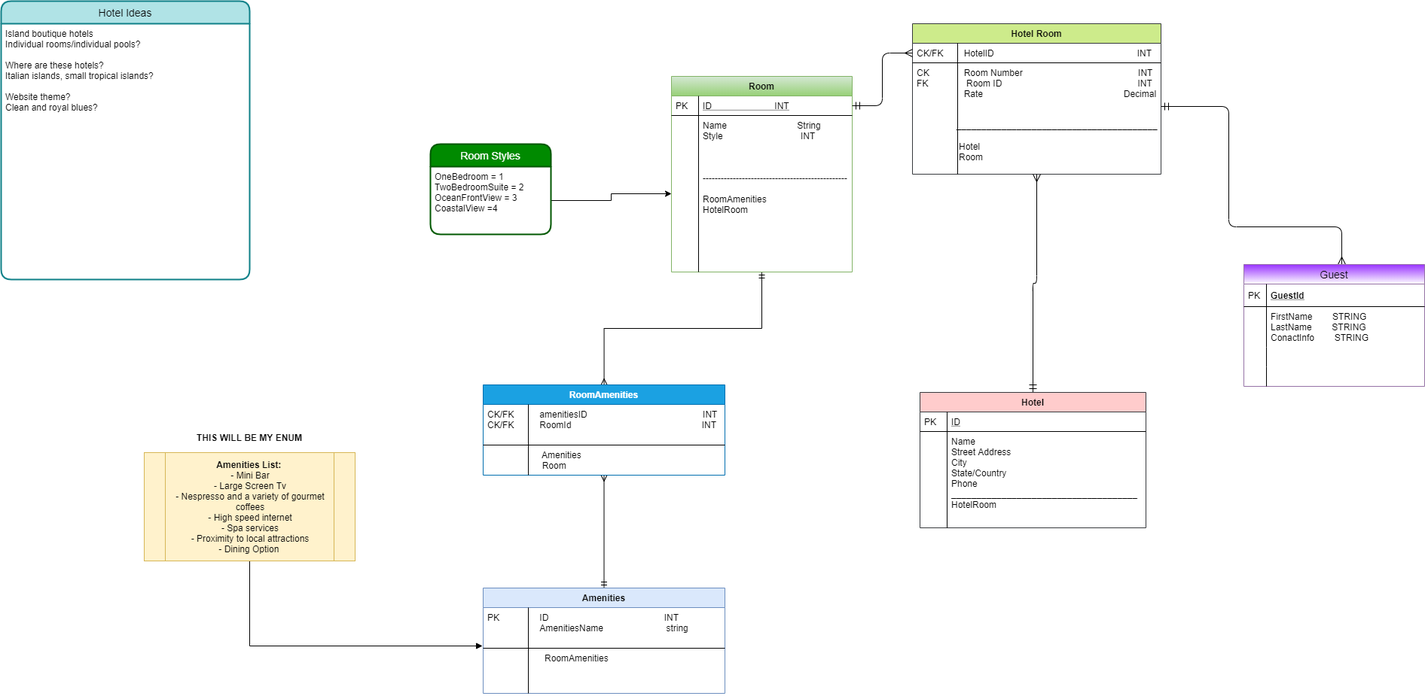
Above: Visuals/AsyncInn.png in MarieReRe/AsyncInn (draw.io), before the change. Source tidied: cells renumbered, new cells last; positions are measured from the earlier drawing's top-left corner, leaving out a move shared by most shapes. Its diagram source:
```xml
<mxGraphModel>
  <root>
    <mxCell id="0" />
    <mxCell id="1" parent="0" />
    <mxCell id="2" style="edgeStyle=orthogonalEdgeStyle;rounded=0;jettySize=auto;html=1;startArrow=ERmandOne;startFill=0;endArrow=ERmany;endFill=0;" parent="1" edge="1" source="3" target="24">
      <mxGeometry relative="1" as="geometry" />
    </mxCell>
    <mxCell id="3" value="Room" style="swimlane;fontStyle=1;horizontal=1;startSize=26;rounded=0;shadow=0;strokeWidth=1;gradientColor=#97d077;fillColor=#d5e8d4;strokeColor=#82b366;" parent="1" vertex="1">
      <mxGeometry x="890" y="100" width="240" height="260" as="geometry" />
    </mxCell>
    <mxCell id="4" value="ID                         INT" style="shape=partialRectangle;top=0;left=0;right=0;bottom=1;align=left;verticalAlign=top;fillColor=none;spacingLeft=40;spacingRight=4;overflow=hidden;points=[[0,0.5],[1,0.5]];portConstraint=eastwest;rounded=0;shadow=0;strokeWidth=1;fontStyle=4;" parent="3" vertex="1">
      <mxGeometry y="26" width="240" height="26" as="geometry" />
    </mxCell>
    <mxCell id="5" value="PK" style="shape=partialRectangle;top=0;left=0;bottom=0;fillColor=none;align=left;verticalAlign=top;spacingLeft=4;spacingRight=4;overflow=hidden;" parent="4" vertex="1">
      <mxGeometry width="36" height="26" as="geometry" />
    </mxCell>
    <mxCell id="6" value="Name                            String&#10;Style                               INT&#10;&#10;&#10;&#10;------------------------------------------------&#10;&#10;RoomAmenities&#10;HotelRoom&#10;" style="shape=partialRectangle;top=0;left=0;right=0;bottom=0;align=left;verticalAlign=top;fillColor=none;spacingLeft=40;spacingRight=4;overflow=hidden;points=[[0,0.5],[1,0.5]];portConstraint=eastwest;rounded=0;shadow=0;strokeWidth=1;" parent="3" vertex="1">
      <mxGeometry y="52" width="240" height="208" as="geometry" />
    </mxCell>
    <mxCell id="7" style="shape=partialRectangle;top=0;left=0;bottom=0;fillColor=none;align=left;verticalAlign=top;spacingLeft=4;spacingRight=4;overflow=hidden;" parent="6" vertex="1">
      <mxGeometry width="36" height="208" as="geometry" />
    </mxCell>
    <mxCell id="8" value="Hotel Room" style="swimlane;fontStyle=1;horizontal=1;startSize=26;rounded=0;shadow=0;strokeWidth=1;fillColor=#cdeb8b;strokeColor=#36393d;" parent="1" vertex="1">
      <mxGeometry x="1210" y="30" width="330" height="200" as="geometry" />
    </mxCell>
    <mxCell id="9" value="        HotelID                                                         INT" style="shape=partialRectangle;top=0;left=0;right=0;bottom=1;align=left;verticalAlign=top;fillColor=none;spacingLeft=40;spacingRight=4;overflow=hidden;points=[[0,0.5],[1,0.5]];portConstraint=eastwest;rounded=0;shadow=0;strokeWidth=1;fontStyle=0;" parent="8" vertex="1">
      <mxGeometry y="26" width="330" height="26" as="geometry" />
    </mxCell>
    <mxCell id="10" value="CK/FK" style="shape=partialRectangle;top=0;left=0;bottom=0;fillColor=none;align=left;verticalAlign=top;spacingLeft=4;spacingRight=4;overflow=hidden;" parent="9" vertex="1">
      <mxGeometry width="60" height="26" as="geometry" />
    </mxCell>
    <mxCell id="11" value="        Room Number                                              INT&#10;         Room ID                                                      INT&#10;        Rate                                                        Decimal&#10;&#10;&#10;     ________________________________________         &#10;&#10;      Hotel &#10;      Room" style="shape=partialRectangle;top=0;left=0;right=0;bottom=0;align=left;verticalAlign=top;fillColor=none;spacingLeft=40;spacingRight=4;overflow=hidden;rounded=0;shadow=0;strokeWidth=1;" parent="8" vertex="1">
      <mxGeometry y="52" width="330" height="148" as="geometry" />
    </mxCell>
    <mxCell id="12" value="CK&#10;FK" style="shape=partialRectangle;top=0;left=0;bottom=0;fillColor=none;align=left;verticalAlign=top;spacingLeft=4;spacingRight=4;overflow=hidden;" parent="11" vertex="1">
      <mxGeometry width="60" height="148" as="geometry" />
    </mxCell>
    <mxCell id="13" style="edgeStyle=orthogonalEdgeStyle;endArrow=ERmany;startArrow=ERmandOne;shadow=0;strokeWidth=1;endSize=8;startSize=8;endFill=0;" parent="1" edge="1" source="4" target="9">
      <mxGeometry relative="1" as="geometry" />
    </mxCell>
    <mxCell id="14" style="edgeStyle=orthogonalEdgeStyle;endArrow=ERmandOne;startArrow=ERmany;shadow=0;strokeWidth=1;endSize=8;startSize=8;startFill=0;endFill=0;" parent="1" edge="1" source="8" target="15">
      <mxGeometry relative="1" as="geometry" />
    </mxCell>
    <mxCell id="15" value="Hotel" style="swimlane;fontStyle=1;horizontal=1;startSize=26;rounded=0;shadow=0;strokeWidth=1;fillColor=#ffcccc;strokeColor=#36393d;" parent="1" vertex="1">
      <mxGeometry x="1220" y="520" width="300" height="180" as="geometry" />
    </mxCell>
    <mxCell id="16" value="ID" style="shape=partialRectangle;top=0;left=0;right=0;bottom=1;align=left;verticalAlign=top;fillColor=none;spacingLeft=40;spacingRight=4;overflow=hidden;rounded=0;shadow=0;strokeWidth=1;fontStyle=4;" parent="15" vertex="1">
      <mxGeometry y="26" width="300" height="26" as="geometry" />
    </mxCell>
    <mxCell id="17" value="PK" style="shape=partialRectangle;top=0;left=0;bottom=0;fillColor=none;align=left;verticalAlign=top;spacingLeft=4;spacingRight=4;overflow=hidden;" parent="16" vertex="1">
      <mxGeometry width="36" height="26" as="geometry" />
    </mxCell>
    <mxCell id="18" value="Name&#10;Street Address&#10;City &#10;State/Country&#10;Phone&#10;_____________________________________&#10;HotelRoom" style="shape=partialRectangle;top=0;left=0;right=0;bottom=0;align=left;verticalAlign=top;fillColor=none;spacingLeft=40;spacingRight=4;overflow=hidden;rounded=0;shadow=0;strokeWidth=1;" parent="15" vertex="1">
      <mxGeometry y="52" width="300" height="128" as="geometry" />
    </mxCell>
    <mxCell id="19" style="shape=partialRectangle;top=0;left=0;bottom=0;fillColor=none;align=left;verticalAlign=top;spacingLeft=4;spacingRight=4;overflow=hidden;" parent="18" vertex="1">
      <mxGeometry width="36" height="128" as="geometry" />
    </mxCell>
    <mxCell id="20" style="edgeStyle=orthogonalEdgeStyle;rounded=0;jettySize=auto;html=1;" parent="1" edge="1" source="22" target="6">
      <mxGeometry relative="1" as="geometry" />
    </mxCell>
    <mxCell id="21" value="Room Styles" style="swimlane;horizontal=1;startSize=30;rounded=1;fontSize=14;fontStyle=0;strokeWidth=2;shadow=0;dashed=0;align=center;fillColor=#008a00;strokeColor=#005700;fontColor=#ffffff;" parent="1" vertex="1">
      <mxGeometry x="570" y="190" width="160" height="120" as="geometry" />
    </mxCell>
    <mxCell id="22" value="OneBedroom = 1&#10;TwoBedroomSuite = 2&#10;OceanFrontView = 3&#10;CoastalView =4&#10;" style="align=left;strokeColor=none;fillColor=none;spacingLeft=4;fontSize=12;verticalAlign=top;" parent="21" vertex="1">
      <mxGeometry y="30" width="160" height="90" as="geometry" />
    </mxCell>
    <mxCell id="23" style="edgeStyle=orthogonalEdgeStyle;rounded=0;jettySize=auto;html=1;startArrow=ERmany;startFill=0;endArrow=ERmandOne;endFill=0;" parent="1" edge="1" source="24" target="31">
      <mxGeometry relative="1" as="geometry" />
    </mxCell>
    <mxCell id="24" value="RoomAmenities" style="swimlane;fontStyle=1;horizontal=1;startSize=26;rounded=0;shadow=0;strokeWidth=1;fillColor=#1ba1e2;strokeColor=#006EAF;fontColor=#ffffff;" parent="1" vertex="1">
      <mxGeometry x="640" y="510" width="321" height="120" as="geometry" />
    </mxCell>
    <mxCell id="25" value="          amenitiesID                                              INT&#10;          RoomId                                                    INT" style="shape=partialRectangle;top=0;left=0;right=0;bottom=1;align=left;verticalAlign=top;fillColor=none;spacingLeft=40;spacingRight=4;overflow=hidden;rounded=0;shadow=0;strokeWidth=1;fontStyle=0;" parent="24" vertex="1">
      <mxGeometry y="26" width="321" height="54" as="geometry" />
    </mxCell>
    <mxCell id="26" value="CK/FK&#10;CK/FK" style="shape=partialRectangle;top=0;left=0;bottom=0;fillColor=none;align=left;verticalAlign=top;spacingLeft=4;spacingRight=4;overflow=hidden;" parent="25" vertex="1">
      <mxGeometry width="60" height="54" as="geometry" />
    </mxCell>
    <mxCell id="27" value="           Amenities&#10;           Room" style="shape=partialRectangle;top=0;left=0;right=0;bottom=0;align=left;verticalAlign=top;fillColor=none;spacingLeft=40;spacingRight=4;overflow=hidden;rounded=0;shadow=0;strokeWidth=1;" parent="24" vertex="1">
      <mxGeometry y="80" width="321" height="40" as="geometry" />
    </mxCell>
    <mxCell id="28" style="shape=partialRectangle;top=0;left=0;bottom=0;fillColor=none;align=left;verticalAlign=top;spacingLeft=4;spacingRight=4;overflow=hidden;" parent="27" vertex="1">
      <mxGeometry width="60" height="40" as="geometry" />
    </mxCell>
    <mxCell id="29" value="Hotel Ideas" style="swimlane;horizontal=1;startSize=30;rounded=1;fontSize=14;fontStyle=0;strokeWidth=2;shadow=0;dashed=0;align=center;fillColor=#b0e3e6;strokeColor=#0e8088;" parent="1" vertex="1">
      <mxGeometry width="330" height="370" as="geometry" />
    </mxCell>
    <mxCell id="30" value="Island boutique hotels&#10;Individual rooms/individual pools? &#10;&#10;Where are these hotels?&#10;Italian islands, small tropical islands? &#10;&#10;Website theme? &#10;Clean and royal blues? " style="align=left;strokeColor=none;fillColor=none;spacingLeft=4;fontSize=12;verticalAlign=top;" parent="29" vertex="1">
      <mxGeometry y="30" width="330" height="340" as="geometry" />
    </mxCell>
    <mxCell id="31" value="Amenities" style="swimlane;fontStyle=1;horizontal=1;startSize=26;rounded=0;shadow=0;strokeWidth=1;fillColor=#dae8fc;strokeColor=#6c8ebf;" parent="1" vertex="1">
      <mxGeometry x="640" y="780" width="321" height="140" as="geometry" />
    </mxCell>
    <mxCell id="32" value="          ID                                              INT&#10;          AmenitiesName                         string" style="shape=partialRectangle;top=0;left=0;right=0;bottom=1;align=left;verticalAlign=top;fillColor=none;spacingLeft=40;spacingRight=4;overflow=hidden;rounded=0;shadow=0;strokeWidth=1;fontStyle=0;" parent="31" vertex="1">
      <mxGeometry y="26" width="321" height="54" as="geometry" />
    </mxCell>
    <mxCell id="33" value="PK" style="shape=partialRectangle;top=0;left=0;bottom=0;fillColor=none;align=left;verticalAlign=top;spacingLeft=4;spacingRight=4;overflow=hidden;" parent="32" vertex="1">
      <mxGeometry width="60" height="54" as="geometry" />
    </mxCell>
    <mxCell id="34" value="            RoomAmenities" style="shape=partialRectangle;top=0;left=0;right=0;bottom=0;align=left;verticalAlign=top;fillColor=none;spacingLeft=40;spacingRight=4;overflow=hidden;points=[[0,0.5],[1,0.5]];portConstraint=eastwest;rounded=0;shadow=0;strokeWidth=1;" parent="31" vertex="1">
      <mxGeometry y="80" width="321" height="60" as="geometry" />
    </mxCell>
    <mxCell id="35" style="shape=partialRectangle;top=0;left=0;bottom=0;fillColor=none;align=left;verticalAlign=top;spacingLeft=4;spacingRight=4;overflow=hidden;" parent="34" vertex="1">
      <mxGeometry width="60" height="60" as="geometry" />
    </mxCell>
    <mxCell id="36" style="edgeStyle=orthogonalEdgeStyle;rounded=0;jettySize=auto;html=1;entryX=-0.003;entryY=-0.05;entryDx=0;entryDy=0;entryPerimeter=0;startArrow=none;startFill=0;endArrow=block;endFill=1;" parent="1" edge="1" source="37" target="34">
      <mxGeometry relative="1" as="geometry" />
    </mxCell>
    <mxCell id="37" value="&lt;b&gt;Amenities List:&lt;/b&gt;&amp;nbsp;&lt;br&gt;- Mini Bar&lt;br&gt;- Large Screen Tv&lt;br&gt;- Nespresso and a variety of gourmet coffees&lt;br&gt;- High speed internet&lt;br&gt;- Spa services&lt;br&gt;- Proximity to local attractions&lt;br&gt;- Dining Option&amp;nbsp;" style="shape=process;whiteSpace=wrap;html=1;backgroundOutline=1;fillColor=#fff2cc;strokeColor=#d6b656;" parent="1" vertex="1">
      <mxGeometry x="190" y="600" width="280" height="144" as="geometry" />
    </mxCell>
    <mxCell id="38" value="&lt;b&gt;THIS WILL BE MY ENUM&lt;/b&gt;" style="text;html=1;strokeColor=none;fillColor=none;align=center;verticalAlign=middle;whiteSpace=wrap;rounded=0;" parent="1" vertex="1">
      <mxGeometry x="255" y="570" width="150" height="20" as="geometry" />
    </mxCell>
    <mxCell id="39" style="edgeStyle=orthogonalEdgeStyle;endArrow=ERmany;startArrow=ERmandOne;shadow=0;strokeWidth=1;endSize=8;startSize=8;endFill=0;" parent="1" edge="1">
      <mxGeometry relative="1" as="geometry">
        <mxPoint x="1540" y="140" as="sourcePoint" />
        <mxPoint x="1780" y="350" as="targetPoint" />
        <Array as="points">
          <mxPoint x="1630" y="140" />
          <mxPoint x="1630" y="300" />
          <mxPoint x="1780" y="300" />
        </Array>
      </mxGeometry>
    </mxCell>
    <mxCell id="40" value="Guest" style="swimlane;fontStyle=0;horizontal=1;startSize=26;align=center;fontSize=14;fillColor=#9933FF;strokeColor=#9673a6;gradientColor=#ffffff;" parent="1" vertex="1">
      <mxGeometry x="1650" y="350" width="240" height="162" as="geometry" />
    </mxCell>
    <mxCell id="41" value="GuestId" style="shape=partialRectangle;top=0;left=0;right=0;bottom=1;align=left;verticalAlign=middle;fillColor=none;spacingLeft=34;spacingRight=4;overflow=hidden;fontStyle=5;fontSize=12;" parent="40" vertex="1">
      <mxGeometry y="26" width="240" height="30" as="geometry" />
    </mxCell>
    <mxCell id="42" value="PK" style="shape=partialRectangle;top=0;left=0;bottom=0;fillColor=none;align=left;verticalAlign=middle;spacingLeft=4;spacingRight=4;overflow=hidden;fontSize=12;" parent="41" vertex="1">
      <mxGeometry width="30" height="30" as="geometry" />
    </mxCell>
    <mxCell id="43" value="FirstName        STRING&#10;LastName        STRING&#10;ConactInfo        STRING" style="shape=partialRectangle;top=0;left=0;right=0;bottom=0;align=left;verticalAlign=top;fillColor=none;spacingLeft=34;spacingRight=4;overflow=hidden;fontSize=12;" parent="40" vertex="1">
      <mxGeometry y="56" width="240" height="54" as="geometry" />
    </mxCell>
    <mxCell id="44" style="shape=partialRectangle;top=0;left=0;bottom=0;fillColor=none;align=left;verticalAlign=top;spacingLeft=4;spacingRight=4;overflow=hidden;fontSize=12;" parent="43" vertex="1">
      <mxGeometry width="30" height="54" as="geometry" />
    </mxCell>
    <mxCell id="45" style="shape=partialRectangle;top=0;left=0;right=0;bottom=0;align=left;verticalAlign=top;fillColor=none;spacingLeft=34;spacingRight=4;overflow=hidden;fontSize=12;" parent="40" vertex="1">
      <mxGeometry y="110" width="240" height="26" as="geometry" />
    </mxCell>
    <mxCell id="46" style="shape=partialRectangle;top=0;left=0;bottom=0;fillColor=none;align=left;verticalAlign=top;spacingLeft=4;spacingRight=4;overflow=hidden;fontSize=12;" parent="45" vertex="1">
      <mxGeometry width="30" height="26" as="geometry" />
    </mxCell>
    <mxCell id="47" style="shape=partialRectangle;top=0;left=0;right=0;bottom=0;align=left;verticalAlign=top;fillColor=none;spacingLeft=34;spacingRight=4;overflow=hidden;points=[[0,0.5],[1,0.5]];portConstraint=eastwest;fontSize=12;" parent="40" vertex="1">
      <mxGeometry y="136" width="240" height="26" as="geometry" />
    </mxCell>
    <mxCell id="48" style="shape=partialRectangle;top=0;left=0;bottom=0;fillColor=none;align=left;verticalAlign=top;spacingLeft=4;spacingRight=4;overflow=hidden;fontSize=12;" parent="47" vertex="1">
      <mxGeometry width="30" height="26" as="geometry" />
    </mxCell>
  </root>
</mxGraphModel>
```
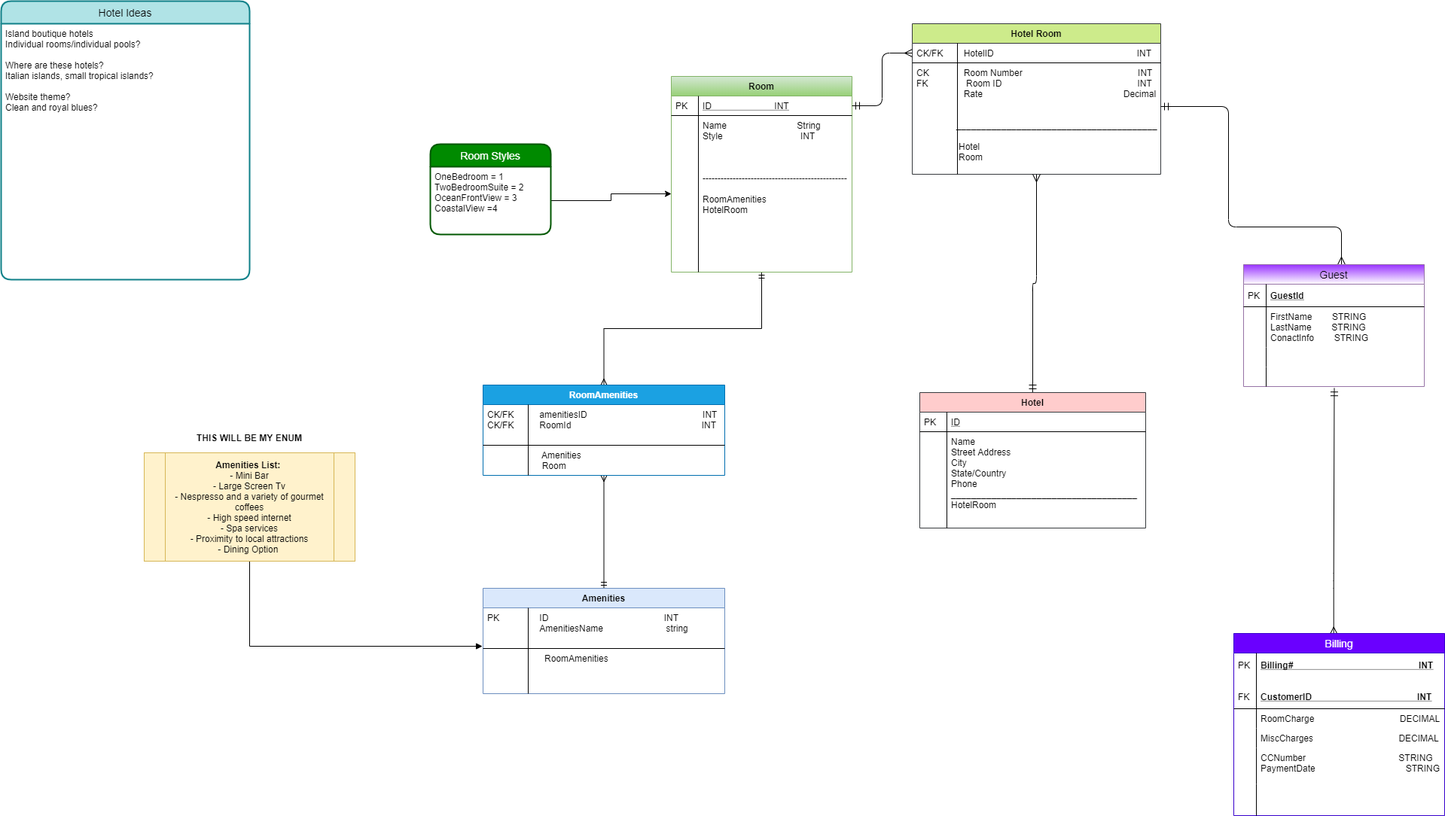
Later version of the same file.

Commit message:
added guest to diagram and fixed typos

The edit, as a diff of the source:
```diff
@@ -151,5 +151,45 @@
     <mxCell id="48" style="shape=partialRectangle;top=0;left=0;bottom=0;fillColor=none;align=left;verticalAlign=top;spacingLeft=4;spacingRight=4;overflow=hidden;fontSize=12;" parent="47" vertex="1">
       <mxGeometry width="30" height="26" as="geometry" />
     </mxCell>
+    <mxCell id="49" style="edgeStyle=orthogonalEdgeStyle;endArrow=ERmandOne;startArrow=ERmany;shadow=0;strokeWidth=1;endSize=8;startSize=8;startFill=0;endFill=0;entryX=0.502;entryY=1.085;entryDx=0;entryDy=0;entryPerimeter=0;exitX=0.474;exitY=0.006;exitDx=0;exitDy=0;exitPerimeter=0;" parent="1" edge="1" source="50" target="47">
+      <mxGeometry relative="1" as="geometry">
+        <Array as="points">
+          <mxPoint x="1770" y="770" />
+        </Array>
+      </mxGeometry>
+    </mxCell>
+    <mxCell id="50" value="Billing" style="swimlane;fontStyle=0;horizontal=1;startSize=26;align=center;fontSize=14;fillColor=#6a00ff;strokeColor=#3700CC;fontColor=#ffffff;" parent="1" vertex="1">
+      <mxGeometry x="1637" y="840" width="280" height="242" as="geometry" />
+    </mxCell>
+    <mxCell id="51" value="Billing#                                                  INT&#10;&#10;&#10;CustomerID                                          INT" style="shape=partialRectangle;top=0;left=0;right=0;bottom=1;align=left;verticalAlign=middle;fillColor=none;spacingLeft=34;spacingRight=4;overflow=hidden;fontStyle=5;fontSize=12;" parent="50" vertex="1">
+      <mxGeometry y="26" width="280" height="74" as="geometry" />
+    </mxCell>
+    <mxCell id="52" value="PK&#10;&#10;&#10;FK" style="shape=partialRectangle;top=0;left=0;bottom=0;fillColor=none;align=left;verticalAlign=middle;spacingLeft=4;spacingRight=4;overflow=hidden;fontSize=12;" parent="51" vertex="1">
+      <mxGeometry width="30" height="74" as="geometry" />
+    </mxCell>
+    <mxCell id="53" value="RoomCharge                                  DECIMAL" style="shape=partialRectangle;top=0;left=0;right=0;bottom=0;align=left;verticalAlign=top;fillColor=none;spacingLeft=34;spacingRight=4;overflow=hidden;fontSize=12;" parent="50" vertex="1">
+      <mxGeometry y="100" width="280" height="26" as="geometry" />
+    </mxCell>
+    <mxCell id="54" style="shape=partialRectangle;top=0;left=0;bottom=0;fillColor=none;align=left;verticalAlign=top;spacingLeft=4;spacingRight=4;overflow=hidden;fontSize=12;" parent="53" vertex="1">
+      <mxGeometry width="30" height="26" as="geometry" />
+    </mxCell>
+    <mxCell id="55" value="MiscCharges                                  DECIMAL" style="shape=partialRectangle;top=0;left=0;right=0;bottom=0;align=left;verticalAlign=top;fillColor=none;spacingLeft=34;spacingRight=4;overflow=hidden;fontSize=12;" parent="50" vertex="1">
+      <mxGeometry y="126" width="280" height="26" as="geometry" />
+    </mxCell>
+    <mxCell id="56" style="shape=partialRectangle;top=0;left=0;bottom=0;fillColor=none;align=left;verticalAlign=top;spacingLeft=4;spacingRight=4;overflow=hidden;fontSize=12;" parent="55" vertex="1">
+      <mxGeometry width="30" height="26" as="geometry" />
+    </mxCell>
+    <mxCell id="57" value="CCNumber                                     STRING&#10;PaymentDate                                    STRING" style="shape=partialRectangle;top=0;left=0;right=0;bottom=0;align=left;verticalAlign=top;fillColor=none;spacingLeft=34;spacingRight=4;overflow=hidden;fontSize=12;" parent="50" vertex="1">
+      <mxGeometry y="152" width="280" height="48" as="geometry" />
+    </mxCell>
+    <mxCell id="58" style="shape=partialRectangle;top=0;left=0;bottom=0;fillColor=none;align=left;verticalAlign=top;spacingLeft=4;spacingRight=4;overflow=hidden;fontSize=12;" parent="57" vertex="1">
+      <mxGeometry width="30" height="48" as="geometry" />
+    </mxCell>
+    <mxCell id="59" style="shape=partialRectangle;top=0;left=0;right=0;bottom=0;align=left;verticalAlign=top;fillColor=none;spacingLeft=34;spacingRight=4;overflow=hidden;fontSize=12;" parent="50" vertex="1">
+      <mxGeometry y="200" width="280" height="42" as="geometry" />
+    </mxCell>
+    <mxCell id="60" style="shape=partialRectangle;top=0;left=0;bottom=0;fillColor=none;align=left;verticalAlign=top;spacingLeft=4;spacingRight=4;overflow=hidden;fontSize=12;" parent="59" vertex="1">
+      <mxGeometry width="30" height="42" as="geometry" />
+    </mxCell>
   </root>
 </mxGraphModel>
```
